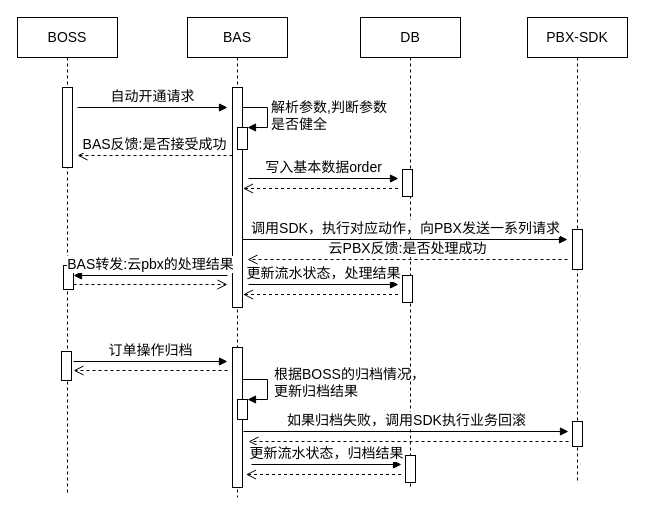
The draw.io diagram page "sequence-BOSS-#1" (3 of 4) of BAS/BAS-Henan.drawio in waterwatermelon/graph, before the edit. Source tidied: cells renumbered, new cells numbered last; positions are measured from the earlier drawing's top-left corner, leaving out a move shared by most shapes. Both pictures are drawn from the tidied source at 100%, with x=0, y=0 at pixel (17, 17).
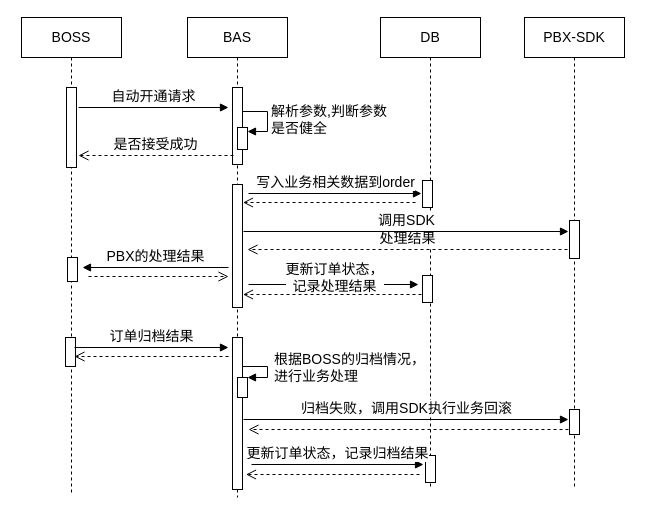
Above is the later version.

The change refers to these unchanged cells:
```xml
<mxCell id="5" value="BAS" style="shape=umlLifeline;perimeter=lifelinePerimeter;whiteSpace=wrap;html=1;fontSize=14;" parent="1" vertex="1">
  <mxGeometry x="170" width="100" height="480" as="geometry" />
</mxCell>
<mxCell id="14" style="html=1;points=[];perimeter=orthogonalPerimeter;fontSize=14;" parent="1" vertex="1">
  <mxGeometry x="220" y="110" width="10" height="22" as="geometry" />
</mxCell>
```

What changed in the source:
```diff
@@
     <mxCell id="2" value="BOSS" style="shape=umlLifeline;perimeter=lifelinePerimeter;whiteSpace=wrap;html=1;fontSize=14;" parent="1" vertex="1">
-      <mxGeometry width="100" height="475" as="geometry" />
+      <mxGeometry x="4" width="100" height="475" as="geometry" />
     </mxCell>
@@
     <mxCell id="4" style="html=1;perimeter=orthogonalPerimeter;fontSize=14;" parent="2" vertex="1">
-      <mxGeometry x="44" y="334" width="10" height="29" as="geometry" />
+      <mxGeometry x="44" y="320" width="10" height="29" as="geometry" />
     </mxCell>
@@
     <mxCell id="6" style="html=1;perimeter=orthogonalPerimeter;fontSize=14;" parent="5" vertex="1">
-      <mxGeometry x="45" y="70" width="10" height="220" as="geometry" />
+      <mxGeometry x="45" y="70" width="10" height="77" as="geometry" />
     </mxCell>
     <mxCell id="7" style="html=1;perimeter=orthogonalPerimeter;fontSize=14;" parent="5" vertex="1">
-      <mxGeometry x="45" y="330" width="10" height="140" as="geometry" />
+      <mxGeometry x="45" y="320" width="10" height="152" as="geometry" />
     </mxCell>
+    <mxCell id="37" style="html=1;perimeter=orthogonalPerimeter;fontSize=14;" parent="5" vertex="1">
+      <mxGeometry x="45" y="167" width="10" height="123" as="geometry" />
+    </mxCell>
     <mxCell id="8" value="DB" style="shape=umlLifeline;perimeter=lifelinePerimeter;whiteSpace=wrap;html=1;fontSize=14;" parent="1" vertex="1">
-      <mxGeometry x="343" width="100" height="470" as="geometry" />
+      <mxGeometry x="363" width="100" height="470" as="geometry" />
     </mxCell>
     <mxCell id="9" value="PBX-SDK" style="shape=umlLifeline;perimeter=lifelinePerimeter;whiteSpace=wrap;html=1;fontSize=14;" parent="1" vertex="1">
-      <mxGeometry x="510" width="100" height="465" as="geometry" />
+      <mxGeometry x="507" width="100" height="469" as="geometry" />
     </mxCell>
     <mxCell id="10" style="html=1;perimeter=orthogonalPerimeter;fontSize=14;" parent="9" vertex="1">
-      <mxGeometry x="45" y="212" width="10" height="40" as="geometry" />
+      <mxGeometry x="45" y="203" width="10" height="38" as="geometry" />
     </mxCell>
     <mxCell id="11" style="html=1;perimeter=orthogonalPerimeter;fontSize=14;" parent="9" vertex="1">
-      <mxGeometry x="45" y="404" width="10" height="25" as="geometry" />
+      <mxGeometry x="45" y="392" width="10" height="25" as="geometry" />
     </mxCell>
     <mxCell id="12" value="自动开通请求" style="html=1;verticalAlign=bottom;endArrow=block;fontSize=14;" parent="1" edge="1">
       <mxGeometry relative="1" as="geometry">
-        <mxPoint x="60" y="90" as="sourcePoint" />
-        <mxPoint x="210" y="90" as="targetPoint" />
+        <mxPoint x="61" y="90" as="sourcePoint" />
+        <mxPoint x="211" y="90" as="targetPoint" />
       </mxGeometry>
     </mxCell>
-    <mxCell id="13" value="BAS反馈:是否接受成功" style="html=1;verticalAlign=bottom;endArrow=open;dashed=1;endSize=8;fontSize=14;" parent="1" edge="1">
+    <mxCell id="13" value="是否接受成功" style="html=1;verticalAlign=bottom;endArrow=open;dashed=1;endSize=8;fontSize=14;" parent="1" edge="1">
       <mxGeometry relative="1" as="geometry">
-        <mxPoint x="215" y="138" as="sourcePoint" />
-        <mxPoint x="60" y="138" as="targetPoint" />
+        <mxPoint x="216" y="138" as="sourcePoint" />
+        <mxPoint x="61" y="138" as="targetPoint" />
       </mxGeometry>
     </mxCell>
@@
-    <mxCell id="15" value="解析参数,判断参数&lt;br&gt;是否健全" style="edgeStyle=orthogonalEdgeStyle;html=1;align=left;spacingLeft=2;endArrow=block;rounded=0;entryX=1;entryY=0;fontSize=14;" parent="1" edge="1" target="14">
+    <mxCell id="15" value="解析参数,判断参数&lt;br&gt;是否健全" style="edgeStyle=orthogonalEdgeStyle;html=1;align=left;spacingLeft=2;endArrow=block;rounded=0;entryX=1;entryY=0;fontSize=14;" parent="1" edge="1">
       <mxGeometry relative="1" as="geometry">
-        <mxPoint x="225" y="90" as="sourcePoint" />
+        <mxPoint x="225" y="94" as="sourcePoint" />
+        <mxPoint x="230" y="114" as="targetPoint" />
         <Array as="points">
-          <mxPoint x="250" y="90" />
+          <mxPoint x="250" y="94" />
         </Array>
       </mxGeometry>
     </mxCell>
-    <mxCell id="16" value="云PBX反馈:是否处理成功" style="html=1;verticalAlign=bottom;endArrow=open;dashed=1;endSize=8;fontSize=14;" parent="1" edge="1">
+    <mxCell id="16" value="处理结果" style="html=1;verticalAlign=bottom;endArrow=open;dashed=1;endSize=8;fontSize=14;" parent="1" edge="1">
       <mxGeometry relative="1" as="geometry">
-        <mxPoint x="550" y="242" as="sourcePoint" />
-        <mxPoint x="230" y="242" as="targetPoint" />
+        <mxPoint x="550" y="232" as="sourcePoint" />
+        <mxPoint x="230" y="232" as="targetPoint" />
       </mxGeometry>
     </mxCell>
-    <mxCell id="17" value="调用SDK，执行对应动作，向PBX发送一系列请求" style="html=1;verticalAlign=bottom;endArrow=block;fontSize=14;" parent="1" edge="1">
+    <mxCell id="17" value="调用SDK" style="html=1;verticalAlign=bottom;endArrow=block;fontSize=14;" parent="1" edge="1">
       <mxGeometry relative="1" as="geometry">
-        <mxPoint x="225" y="222" as="sourcePoint" />
-        <mxPoint x="550" y="222" as="targetPoint" />
+        <mxPoint x="226" y="214" as="sourcePoint" />
+        <mxPoint x="551" y="214" as="targetPoint" />
       </mxGeometry>
     </mxCell>
     <mxCell id="18" style="html=1;perimeter=orthogonalPerimeter;fontSize=14;" parent="1" vertex="1">
-      <mxGeometry x="46" y="248" width="10" height="24" as="geometry" />
+      <mxGeometry x="50" y="240" width="10" height="24" as="geometry" />
     </mxCell>
-    <mxCell id="19" value="BAS转发:云pbx的处理结果" style="html=1;verticalAlign=bottom;endArrow=block;entryX=1;entryY=0;fontSize=14;" parent="1" edge="1">
+    <mxCell id="19" value="PBX的处理结果" style="html=1;verticalAlign=bottom;endArrow=block;fontSize=14;" parent="1" edge="1">
       <mxGeometry relative="1" as="geometry">
-        <mxPoint x="210" y="258" as="sourcePoint" />
-        <mxPoint x="56" y="258" as="targetPoint" />
+        <mxPoint x="211" y="250" as="sourcePoint" />
+        <mxPoint x="65" y="250" as="targetPoint" />
       </mxGeometry>
     </mxCell>
     <mxCell id="20" style="html=1;verticalAlign=bottom;endArrow=open;dashed=1;endSize=8;fontSize=14;" parent="1" edge="1">
       <mxGeometry relative="1" as="geometry">
-        <mxPoint x="56" y="267" as="sourcePoint" />
-        <mxPoint x="210" y="267" as="targetPoint" />
+        <mxPoint x="71" y="259" as="sourcePoint" />
+        <mxPoint x="211" y="259" as="targetPoint" />
       </mxGeometry>
     </mxCell>
     <mxCell id="21" style="html=1;points=[];perimeter=orthogonalPerimeter;fontSize=14;" parent="1" vertex="1">
-      <mxGeometry x="220" y="382" width="10" height="20" as="geometry" />
+      <mxGeometry x="220" y="360" width="10" height="20" as="geometry" />
     </mxCell>
     <mxCell id="22" style="edgeStyle=orthogonalEdgeStyle;html=1;align=left;spacingLeft=2;endArrow=block;rounded=0;entryX=1;entryY=0;fontSize=14;" parent="1" edge="1" target="21">
       <mxGeometry relative="1" as="geometry">
-        <mxPoint x="225" y="362" as="sourcePoint" />
+        <mxPoint x="225" y="349" as="sourcePoint" />
         <Array as="points">
-          <mxPoint x="250" y="362" />
+          <mxPoint x="250" y="349" />
         </Array>
       </mxGeometry>
     </mxCell>
-    <mxCell id="23" value="根据BOSS的归档情况，&lt;br&gt;更新归档结果" style="text;html=1;fontSize=14;" parent="1" vertex="1">
-      <mxGeometry x="255" y="342" width="130" height="30" as="geometry" />
+    <mxCell id="23" value="根据BOSS的归档情况，&lt;br&gt;进行业务处理" style="text;html=1;fontSize=14;" parent="1" vertex="1">
+      <mxGeometry x="255" y="327" width="130" height="30" as="geometry" />
     </mxCell>
     <mxCell id="24" style="html=1;perimeter=orthogonalPerimeter;fontSize=14;" parent="1" vertex="1">
-      <mxGeometry x="385" y="152" width="10" height="27" as="geometry" />
+      <mxGeometry x="405" y="163" width="10" height="27" as="geometry" />
     </mxCell>
-    <mxCell id="25" value="写入基本数据order" style="html=1;verticalAlign=bottom;endArrow=block;fontSize=14;" parent="1" edge="1">
+    <mxCell id="25" value="写入业务相关数据到order" style="html=1;verticalAlign=bottom;endArrow=block;fontSize=14;" parent="1" edge="1">
       <mxGeometry relative="1" as="geometry">
-        <mxPoint x="231" y="161" as="sourcePoint" />
-        <mxPoint x="381" y="161" as="targetPoint" />
+        <mxPoint x="231" y="176" as="sourcePoint" />
+        <mxPoint x="404" y="176" as="targetPoint" />
       </mxGeometry>
     </mxCell>
     <mxCell id="26" style="html=1;verticalAlign=bottom;endArrow=open;dashed=1;endSize=8;fontSize=14;" parent="1" edge="1">
       <mxGeometry relative="1" as="geometry">
-        <mxPoint x="380.5" y="171" as="sourcePoint" />
-        <mxPoint x="225.5" y="171" as="targetPoint" />
+        <mxPoint x="398" y="185" as="sourcePoint" />
+        <mxPoint x="225.5" y="185" as="targetPoint" />
       </mxGeometry>
     </mxCell>
-    <mxCell id="27" value="订单操作归档" style="html=1;verticalAlign=bottom;endArrow=block;entryX=1;entryY=0;fontSize=14;" parent="1" edge="1">
+    <mxCell id="27" value="订单归档结果" style="html=1;verticalAlign=bottom;endArrow=block;entryX=1;entryY=0;fontSize=14;" parent="1" edge="1">
       <mxGeometry relative="1" as="geometry">
-        <mxPoint x="56" y="344" as="sourcePoint" />
-        <mxPoint x="210" y="344" as="targetPoint" />
+        <mxPoint x="57" y="330" as="sourcePoint" />
+        <mxPoint x="211" y="330" as="targetPoint" />
       </mxGeometry>
     </mxCell>
     <mxCell id="28" style="html=1;verticalAlign=bottom;endArrow=open;dashed=1;endSize=8;fontSize=14;" parent="1" edge="1">
       <mxGeometry relative="1" as="geometry">
-        <mxPoint x="210" y="353" as="sourcePoint" />
-        <mxPoint x="56" y="353" as="targetPoint" />
+        <mxPoint x="211" y="339" as="sourcePoint" />
+        <mxPoint x="57" y="339" as="targetPoint" />
       </mxGeometry>
     </mxCell>
     <mxCell id="29" style="html=1;verticalAlign=bottom;endArrow=open;dashed=1;endSize=8;fontSize=14;" parent="1" edge="1">
       <mxGeometry relative="1" as="geometry">
-        <mxPoint x="551" y="424" as="sourcePoint" />
-        <mxPoint x="231" y="424" as="targetPoint" />
+        <mxPoint x="551" y="412" as="sourcePoint" />
+        <mxPoint x="231" y="412" as="targetPoint" />
       </mxGeometry>
     </mxCell>
-    <mxCell id="30" value="如果归档失败，调用SDK执行业务回滚" style="html=1;verticalAlign=bottom;endArrow=block;fontSize=14;" parent="1" edge="1">
+    <mxCell id="30" value="归档失败，调用SDK执行业务回滚" style="html=1;verticalAlign=bottom;endArrow=block;fontSize=14;" parent="1" edge="1">
       <mxGeometry relative="1" as="geometry">
-        <mxPoint x="226" y="414" as="sourcePoint" />
-        <mxPoint x="551" y="414" as="targetPoint" />
+        <mxPoint x="226" y="402" as="sourcePoint" />
+        <mxPoint x="551" y="402" as="targetPoint" />
       </mxGeometry>
     </mxCell>
     <mxCell id="31" style="html=1;perimeter=orthogonalPerimeter;fontSize=14;" parent="1" vertex="1">
-      <mxGeometry x="385" y="258" width="10" height="27" as="geometry" />
+      <mxGeometry x="405" y="258" width="10" height="27" as="geometry" />
     </mxCell>
-    <mxCell id="32" value="更新流水状态，处理结果" style="html=1;verticalAlign=bottom;endArrow=block;fontSize=14;" parent="1" edge="1">
-      <mxGeometry relative="1" as="geometry">
+    <mxCell id="32" value="更新订单状态，&lt;br&gt;记录处理结果" style="html=1;verticalAlign=bottom;endArrow=block;fontSize=14;" parent="1" edge="1">
+      <mxGeometry x="0.01" y="-13" relative="1" as="geometry">
         <mxPoint x="231" y="267" as="sourcePoint" />
-        <mxPoint x="381" y="267" as="targetPoint" />
+        <mxPoint x="401" y="267" as="targetPoint" />
       </mxGeometry>
     </mxCell>
     <mxCell id="33" style="html=1;verticalAlign=bottom;endArrow=open;dashed=1;endSize=8;fontSize=14;" parent="1" edge="1">
       <mxGeometry relative="1" as="geometry">
-        <mxPoint x="380.5" y="277" as="sourcePoint" />
+        <mxPoint x="404" y="277" as="sourcePoint" />
         <mxPoint x="225.5" y="277" as="targetPoint" />
       </mxGeometry>
     </mxCell>
     <mxCell id="34" style="html=1;perimeter=orthogonalPerimeter;fontSize=14;" parent="1" vertex="1">
-      <mxGeometry x="388" y="438" width="10" height="27" as="geometry" />
+      <mxGeometry x="408" y="438" width="10" height="27" as="geometry" />
     </mxCell>
-    <mxCell id="35" value="更新流水状态，归档结果" style="html=1;verticalAlign=bottom;endArrow=block;fontSize=14;" parent="1" edge="1">
+    <mxCell id="35" value="更新订单状态，记录归档结果" style="html=1;verticalAlign=bottom;endArrow=block;fontSize=14;" parent="1" edge="1">
       <mxGeometry relative="1" as="geometry">
         <mxPoint x="234" y="447" as="sourcePoint" />
-        <mxPoint x="384" y="447" as="targetPoint" />
+        <mxPoint x="406" y="447" as="targetPoint" />
       </mxGeometry>
     </mxCell>
     <mxCell id="36" style="html=1;verticalAlign=bottom;endArrow=open;dashed=1;endSize=8;fontSize=14;" parent="1" edge="1">
       <mxGeometry relative="1" as="geometry">
-        <mxPoint x="383.5" y="457" as="sourcePoint" />
+        <mxPoint x="402" y="457" as="sourcePoint" />
         <mxPoint x="228.5" y="457" as="targetPoint" />
       </mxGeometry>
     </mxCell>
```
